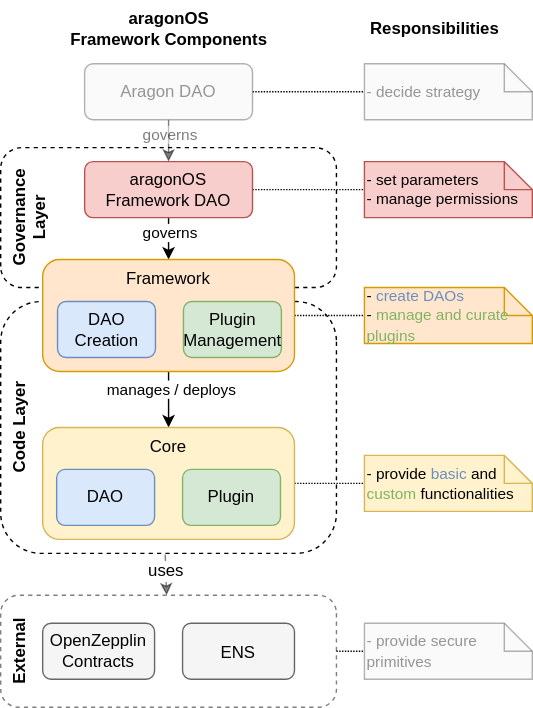
This is packages/contracts/docs/core/01-how-it-works/aragon-os-framework-overview.drawio.svg from aragon/osx, a draw.io export, as it was before one commit. Source tidied: cells renumbered, new cells last; positions are measured from the earlier drawing's top-left corner, leaving out a move shared by most shapes.
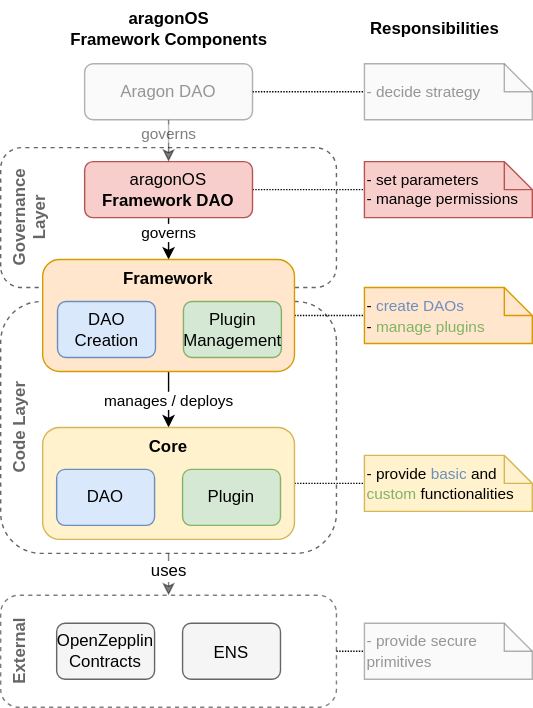
The same diagram one commit later.

What changed in the source:
```diff
@@ -2,10 +2,10 @@
   <root>
     <mxCell id="0" />
     <mxCell id="1" parent="0" />
-    <mxCell id="2" value="External" style="rounded=1;whiteSpace=wrap;html=1;dashed=1;fillColor=none;verticalAlign=top;fontStyle=1;arcSize=16;direction=west;rotation=270;opacity=50;" parent="1" vertex="1">
+    <mxCell id="2" value="External" style="rounded=1;whiteSpace=wrap;html=1;dashed=1;fillColor=none;verticalAlign=top;fontStyle=1;arcSize=16;direction=west;rotation=270;opacity=50;fontColor=#666666;" parent="1" vertex="1">
       <mxGeometry x="50" y="345" width="80" height="240" as="geometry" />
     </mxCell>
-    <mxCell id="3" value="Code Layer" style="rounded=1;whiteSpace=wrap;html=1;dashed=1;fillColor=none;verticalAlign=top;fontStyle=1;arcSize=16;direction=west;rotation=270;" parent="1" vertex="1">
+    <mxCell id="3" value="Code Layer" style="rounded=1;whiteSpace=wrap;html=1;dashed=1;fillColor=none;verticalAlign=top;fontStyle=1;arcSize=16;direction=west;rotation=270;strokeColor=#666666;fontColor=#666666;" parent="1" vertex="1">
       <mxGeometry y="185" width="180" height="240" as="geometry" />
     </mxCell>
     <mxCell id="4" value="&lt;span style=&quot;font-size: 11px&quot;&gt;&lt;font style=&quot;font-size: 11px&quot;&gt;&amp;nbsp;- decide strategy&lt;/font&gt;&lt;br&gt;&lt;/span&gt;" style="shape=note;size=20;whiteSpace=wrap;html=1;fontSize=12;fillColor=#f5f5f5;align=left;strokeColor=#666666;fontColor=#333333;textOpacity=50;opacity=50;" parent="1" vertex="1">
@@ -14,7 +14,7 @@
     <mxCell id="5" value="&lt;div style=&quot;font-size: 11px&quot;&gt;&lt;span&gt;&amp;nbsp;- set parameters&lt;/span&gt;&lt;br&gt;&lt;/div&gt;&lt;div style=&quot;font-size: 11px&quot;&gt;&lt;span&gt;&lt;font style=&quot;font-size: 11px&quot;&gt;&amp;nbsp;- manage permissions&lt;/font&gt;&lt;/span&gt;&lt;/div&gt;" style="shape=note;size=20;whiteSpace=wrap;html=1;fontSize=12;fillColor=#f8cecc;align=left;strokeColor=#b85450;" parent="1" vertex="1">
       <mxGeometry x="230" y="115" width="120" height="40" as="geometry" />
     </mxCell>
-    <mxCell id="6" value="&lt;span style=&quot;font-size: 11px;&quot;&gt;&lt;font style=&quot;font-size: 11px;&quot;&gt;&amp;nbsp;- &lt;font style=&quot;&quot; color=&quot;#6c8ebf&quot;&gt;create DAOs&lt;/font&gt;&lt;br&gt;&amp;nbsp;- &lt;font color=&quot;#81b365&quot;&gt;manage and curate&lt;br&gt;&amp;nbsp; &amp;nbsp;plugins&lt;/font&gt;&lt;/font&gt;&lt;br&gt;&lt;/span&gt;" style="shape=note;size=20;whiteSpace=wrap;html=1;fontSize=12;fillColor=#ffe6cc;align=left;strokeColor=#d79b00;" parent="1" vertex="1">
+    <mxCell id="6" value="&lt;span style=&quot;font-size: 11px;&quot;&gt;&lt;font style=&quot;font-size: 11px;&quot;&gt;&amp;nbsp;- &lt;font style=&quot;&quot; color=&quot;#6c8ebf&quot;&gt;create DAOs&lt;/font&gt;&lt;br&gt;&amp;nbsp;- &lt;font color=&quot;#81b365&quot;&gt;manage plugins&lt;/font&gt;&lt;/font&gt;&lt;br&gt;&lt;/span&gt;" style="shape=note;size=20;whiteSpace=wrap;html=1;fontSize=12;fillColor=#ffe6cc;align=left;strokeColor=#d79b00;" parent="1" vertex="1">
       <mxGeometry x="230" y="205" width="120" height="40" as="geometry" />
     </mxCell>
     <mxCell id="7" style="edgeStyle=orthogonalEdgeStyle;rounded=0;jettySize=auto;html=1;fontSize=11;endArrow=none;endFill=0;dashed=1;dashPattern=1 1;textOpacity=50;" parent="1" edge="1" source="22" target="4">
@@ -46,10 +46,10 @@
         </Array>
       </mxGeometry>
     </mxCell>
-    <mxCell id="15" value="&lt;font color=&quot;#000000&quot; style=&quot;font-size: 12px;&quot;&gt;&lt;span style=&quot;font-size: 12px;&quot;&gt;&lt;b&gt;aragonOSx&lt;br&gt;&lt;/b&gt;&lt;/span&gt;&lt;b style=&quot;font-size: 12px;&quot;&gt;Framework Components&lt;br style=&quot;font-size: 12px;&quot;&gt;&lt;/b&gt;&lt;/font&gt;" style="text;html=1;align=center;verticalAlign=middle;strokeColor=none;fillColor=none;fontSize=12;fontColor=#7EA6E0;rounded=0;" parent="1" vertex="1">
+    <mxCell id="15" value="&lt;font color=&quot;#000000&quot; style=&quot;font-size: 12px;&quot;&gt;&lt;span style=&quot;font-size: 12px;&quot;&gt;&lt;b&gt;aragonOS&lt;br&gt;&lt;/b&gt;&lt;/span&gt;&lt;b style=&quot;font-size: 12px;&quot;&gt;Framework Components&lt;br style=&quot;font-size: 12px;&quot;&gt;&lt;/b&gt;&lt;/font&gt;" style="text;html=1;align=center;verticalAlign=middle;strokeColor=none;fillColor=none;fontSize=12;fontColor=#7EA6E0;rounded=0;" parent="1" vertex="1">
       <mxGeometry x="10" width="160" height="40" as="geometry" />
     </mxCell>
-    <mxCell id="16" value="Governance Layer" style="rounded=1;whiteSpace=wrap;html=1;dashed=1;fillColor=none;verticalAlign=top;fontStyle=1;rotation=270;" parent="1" vertex="1">
+    <mxCell id="16" value="Governance Layer" style="rounded=1;whiteSpace=wrap;html=1;dashed=1;fillColor=none;verticalAlign=top;fontStyle=1;rotation=270;strokeColor=#666666;fontColor=#666666;" parent="1" vertex="1">
       <mxGeometry x="40" y="35" width="100" height="240" as="geometry" />
     </mxCell>
     <mxCell id="17" style="edgeStyle=orthogonalEdgeStyle;rounded=0;jettySize=auto;html=1;" parent="1" edge="1" source="19" target="33">
@@ -60,7 +60,7 @@
         <mxPoint y="-7" as="offset" />
       </mxGeometry>
     </mxCell>
-    <mxCell id="19" value="aragonOSx Framework DAO" style="rounded=1;whiteSpace=wrap;html=1;verticalAlign=middle;fontStyle=0;fillColor=#f8cecc;strokeColor=#b85450;" parent="1" vertex="1">
+    <mxCell id="19" value="aragonOS &lt;b&gt;Framework DAO&lt;/b&gt;" style="rounded=1;whiteSpace=wrap;html=1;verticalAlign=middle;fontStyle=0;fillColor=#f8cecc;strokeColor=#b85450;" parent="1" vertex="1">
       <mxGeometry x="30" y="115" width="120" height="40" as="geometry" />
     </mxCell>
     <mxCell id="20" style="edgeStyle=orthogonalEdgeStyle;rounded=0;jettySize=auto;html=1;textOpacity=50;opacity=50;" parent="1" edge="1" source="22" target="19">
@@ -79,13 +79,13 @@
     </mxCell>
     <mxCell id="24" value="manages / deploys" style="edgeLabel;html=1;align=center;verticalAlign=middle;" parent="23" vertex="1">
       <mxGeometry x="-0.55" relative="1" as="geometry">
-        <mxPoint x="1" y="3" as="offset" />
+        <mxPoint y="11" as="offset" />
       </mxGeometry>
     </mxCell>
     <mxCell id="25" value="OpenZepplin Contracts" style="rounded=1;whiteSpace=wrap;html=1;verticalAlign=middle;fontStyle=0;fillColor=#f5f5f5;strokeColor=#666666;fontColor=#000000;" parent="1" vertex="1">
-      <mxGeometry y="445" width="80" height="40" as="geometry" />
+      <mxGeometry x="10" y="445" width="70" height="40" as="geometry" />
     </mxCell>
-    <mxCell id="26" style="rounded=0;jettySize=auto;html=1;fontSize=12;fontColor=#000000;endArrow=classic;endFill=1;opacity=50;exitX=1.005;exitY=0.51;exitDx=0;exitDy=0;exitPerimeter=0;" parent="1" edge="1" source="3" target="2">
+    <mxCell id="26" style="rounded=0;jettySize=auto;html=1;fontSize=12;fontColor=#000000;endArrow=classic;endFill=1;opacity=50;exitX=1;exitY=0.5;exitDx=0;exitDy=0;" parent="1" edge="1" source="3" target="2">
       <mxGeometry relative="1" as="geometry" />
     </mxCell>
     <mxCell id="27" value="uses" style="edgeLabel;html=1;align=center;verticalAlign=middle;fontSize=12;fontColor=#000000;" parent="26" vertex="1">
@@ -96,7 +96,7 @@
     <mxCell id="28" style="group;" parent="1" vertex="1">
       <mxGeometry y="305" width="180" height="80" as="geometry" />
     </mxCell>
-    <mxCell id="29" value="Core" style="rounded=1;whiteSpace=wrap;html=1;verticalAlign=top;fontStyle=0;fillColor=#fff2cc;strokeColor=#d6b656;" parent="28" vertex="1">
+    <mxCell id="29" value="&lt;b&gt;Core&lt;/b&gt;" style="rounded=1;whiteSpace=wrap;html=1;verticalAlign=top;fontStyle=0;fillColor=#fff2cc;strokeColor=#d6b656;" parent="28" vertex="1">
       <mxGeometry width="180" height="80" as="geometry" />
     </mxCell>
     <mxCell id="30" value="DAO" style="rounded=1;whiteSpace=wrap;html=1;verticalAlign=middle;fontStyle=0;fillColor=#dae8fc;strokeColor=#6c8ebf;" parent="28" vertex="1">
@@ -108,7 +108,7 @@
     <mxCell id="32" style="group;" parent="1" vertex="1">
       <mxGeometry y="185" width="180" height="80" as="geometry" />
     </mxCell>
-    <mxCell id="33" value="Framework" style="rounded=1;whiteSpace=wrap;html=1;verticalAlign=top;fontStyle=0;fillColor=#ffe6cc;strokeColor=#d79b00;" parent="32" vertex="1">
+    <mxCell id="33" value="&lt;b&gt;Framework&lt;/b&gt;" style="rounded=1;whiteSpace=wrap;html=1;verticalAlign=top;fontStyle=0;fillColor=#ffe6cc;strokeColor=#d79b00;" parent="32" vertex="1">
       <mxGeometry width="180" height="80" as="geometry" />
     </mxCell>
     <mxCell id="34" value="DAO Creation" style="rounded=1;whiteSpace=wrap;html=1;verticalAlign=middle;fontStyle=0;fillColor=#dae8fc;strokeColor=#6c8ebf;" parent="32" vertex="1">
@@ -118,7 +118,7 @@
       <mxGeometry x="100.6" y="30" width="70" height="40" as="geometry" />
     </mxCell>
     <mxCell id="36" value="&lt;p style=&quot;line-height: 1&quot;&gt;&lt;font color=&quot;#000000&quot;&gt;ENS&lt;/font&gt;&lt;/p&gt;" style="rounded=1;whiteSpace=wrap;html=1;verticalAlign=middle;fontStyle=0;fillColor=#f5f5f5;strokeColor=#666666;fontColor=#333333;" parent="1" vertex="1">
-      <mxGeometry x="100" y="445" width="80" height="40" as="geometry" />
+      <mxGeometry x="100" y="445" width="70" height="40" as="geometry" />
     </mxCell>
   </root>
 </mxGraphModel>
```
